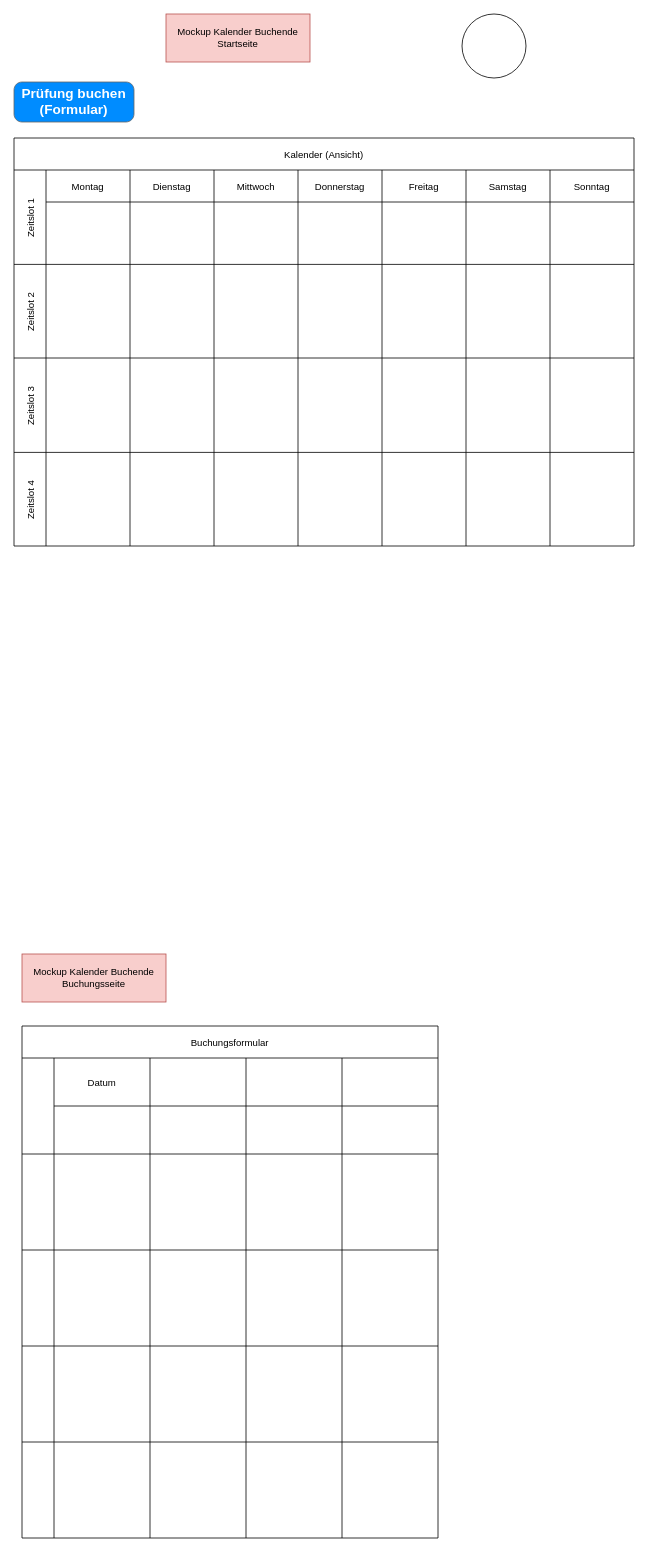
Before: buchende.drawio in melanietreitinger/buchungstool, a draw.io diagram. Source tidied: cells renumbered, new cells numbered last; positions are measured from the earlier drawing's top-left corner, leaving out a move shared by most shapes. Both pictures are drawn from the tidied source at 80%, with x=0, y=0 at pixel (14, 14).
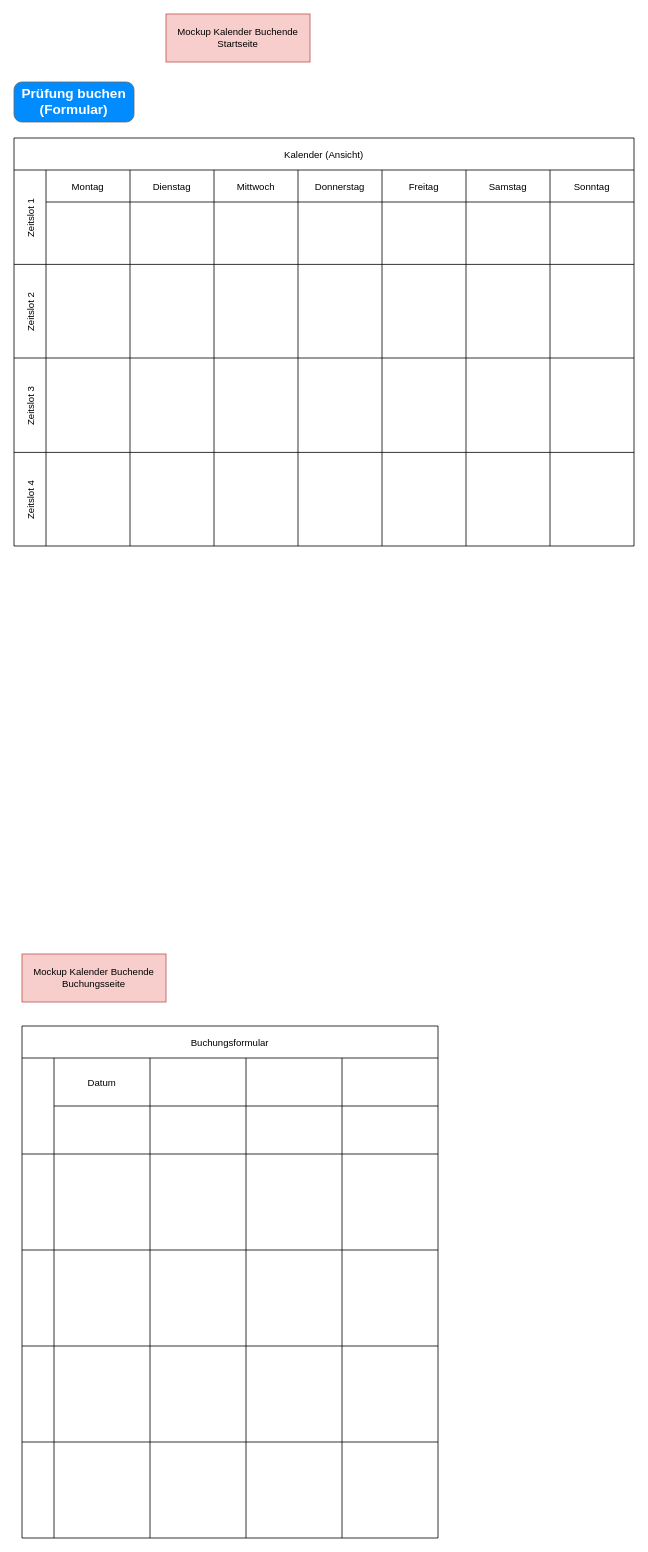
Above is the later version.

Diff of the diagram source:
```diff
@@
-    <mxCell id="64" style="ellipse;whiteSpace=wrap;html=1;" parent="1" vertex="1">
-      <mxGeometry x="560" width="80" height="80" as="geometry" />
-    </mxCell>
```
